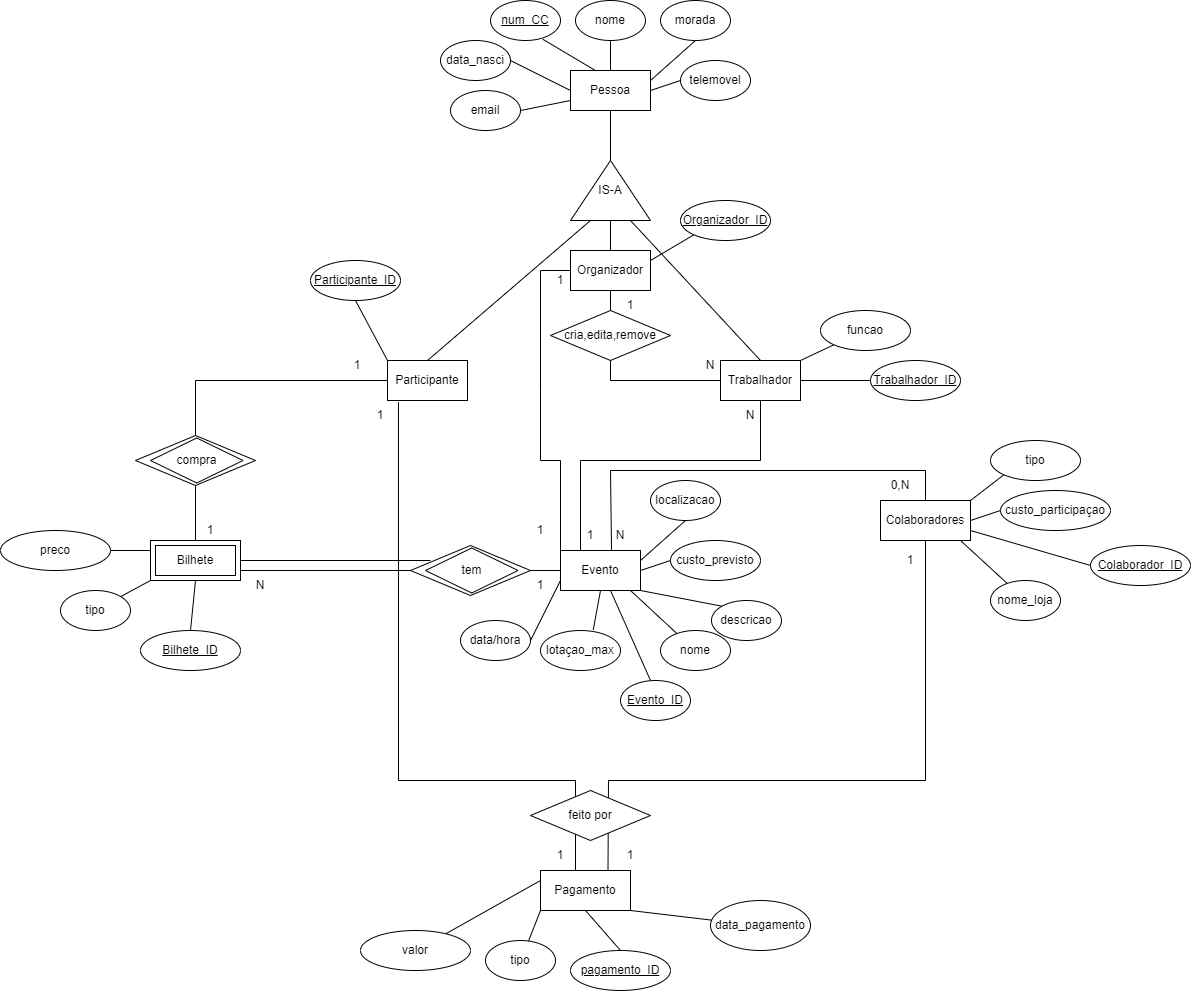
This is APFE_108304_114129/der.png from rtavares018/Projeto_BD_2024, a draw.io export, as it was before one commit. Source tidied: cells renumbered, new cells last; positions are measured from the earlier drawing's top-left corner, leaving out a move shared by most shapes.
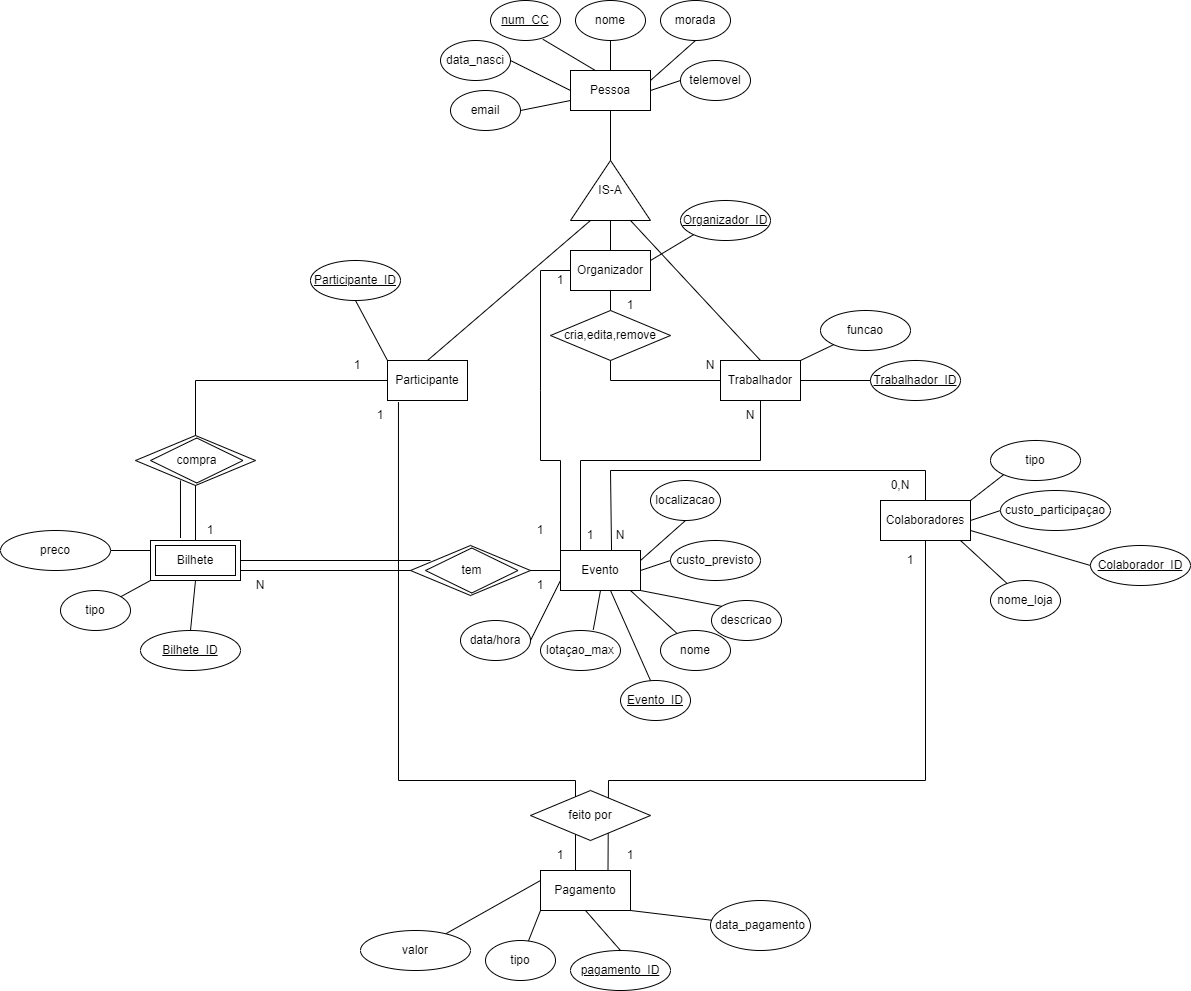
The same file after the commit.

What changed in the source:
```diff
@@ -375,5 +375,8 @@
         <mxPoint x="430" y="560" as="targetPoint" />
       </mxGeometry>
     </mxCell>
+    <mxCell id="106" style="endArrow=none;html=1;rounded=0;entryX=0.324;entryY=0.944;entryDx=0;entryDy=0;entryPerimeter=0;exitX=0;exitY=0.75;exitDx=0;exitDy=0;" parent="2" edge="1" source="89" target="102">
+      <mxGeometry relative="1" as="geometry" />
+    </mxCell>
   </root>
 </mxGraphModel>
```
